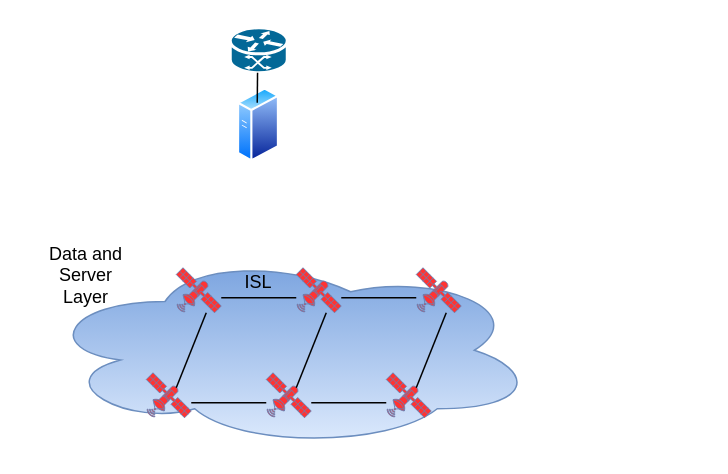
Before: Untitled Diagram.drawio in demenlee/demo, a draw.io diagram. Source tidied: cells renumbered, new cells numbered last; positions are measured from the earlier drawing's top-left corner, leaving out a move shared by most shapes. Both pictures are drawn from the tidied source at 150%, with x=0, y=0 at pixel (40, 27).
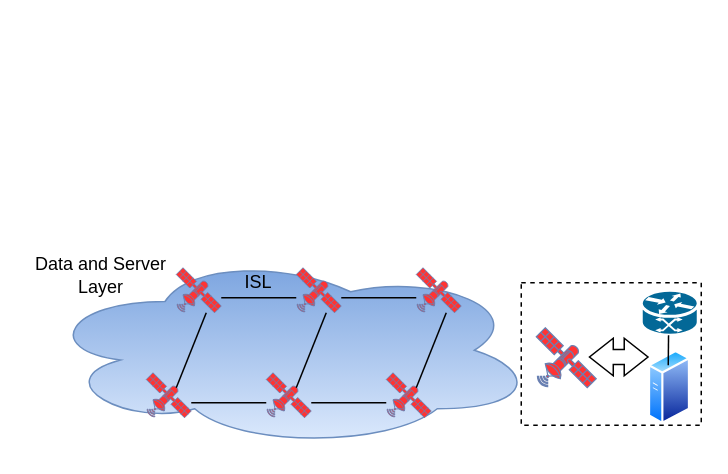
The same diagram, later.

The edit, as a diff of the source:
```diff
@@
     <mxCell id="16" value="Data and Server Layer" style="text;html=1;strokeColor=none;fillColor=none;align=center;verticalAlign=middle;whiteSpace=wrap;rounded=0;" parent="1" vertex="1">
-      <mxGeometry y="150" width="60" height="30" as="geometry" />
+      <mxGeometry x="-10" y="150" width="100" height="30" as="geometry" />
     </mxCell>
@@
     <mxCell id="18" style="shape=mxgraph.cisco.routers.atm_router;sketch=0;html=1;dashed=0;fillColor=#036897;strokeColor=#ffffff;strokeWidth=2;verticalLabelPosition=bottom;verticalAlign=top;align=center;" parent="1" vertex="1">
-      <mxGeometry x="126" width="38" height="30" as="geometry" />
+      <mxGeometry x="400" y="175" width="38" height="30" as="geometry" />
     </mxCell>
     <mxCell id="19" style="perimeter=ellipsePerimeter;html=1;align=center;shadow=0;dashed=0;spacingTop=3;image;image=img/lib/active_directory/generic_server.svg;fillColor=#FF3333;gradientDirection=north;" parent="1" vertex="1">
-      <mxGeometry x="131" y="40" width="28" height="50" as="geometry" />
+      <mxGeometry x="405" y="215" width="28" height="50" as="geometry" />
     </mxCell>
     <mxCell id="20" style="endArrow=none;html=1;rounded=0;" parent="1" edge="1">
       <mxGeometry relative="1" as="geometry">
-        <mxPoint x="144" y="50" as="sourcePoint" />
-        <mxPoint x="144.2" y="30" as="targetPoint" />
+        <mxPoint x="418" y="225" as="sourcePoint" />
+        <mxPoint x="418.2" y="205" as="targetPoint" />
       </mxGeometry>
     </mxCell>
+    <mxCell id="21" style="fontColor=#0066CC;verticalAlign=top;verticalLabelPosition=bottom;labelPosition=center;align=center;html=1;fillColor=#FF3333;strokeColor=#6881B3;gradientColor=none;gradientDirection=north;strokeWidth=2;shape=mxgraph.networks.satellite;" parent="1" vertex="1">
+      <mxGeometry x="330" y="200" width="40" height="40" as="geometry" />
+    </mxCell>
+    <mxCell id="22" style="rounded=0;whiteSpace=wrap;html=1;dashed=1;fillColor=none;gradientDirection=north;" parent="1" vertex="1">
+      <mxGeometry x="320" y="170" width="120" height="95" as="geometry" />
+    </mxCell>
+    <mxCell id="23" style="shape=flexArrow;endArrow=classic;startArrow=classic;html=1;rounded=0;endWidth=14;endSize=4.95;startWidth=14;startSize=4.95;" parent="1" edge="1">
+      <mxGeometry relative="1" as="geometry">
+        <mxPoint x="365" y="219.5" as="sourcePoint" />
+        <mxPoint x="405" y="219.5" as="targetPoint" />
+      </mxGeometry>
+    </mxCell>
```
